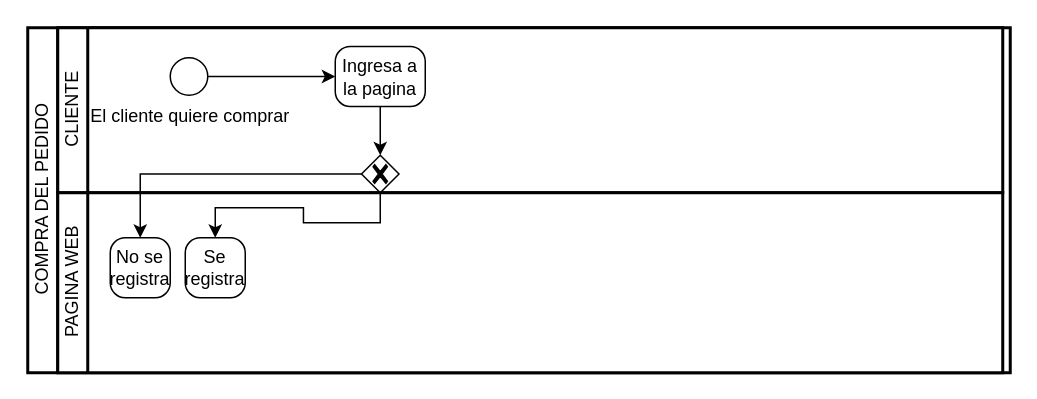
Earlier version of the draw.io diagram Untitled Diagram.drawio (jaime37/DRAWS). Source tidied: cells renumbered, new cells numbered last; positions are measured from the earlier drawing's top-left corner, leaving out a move shared by most shapes. Both pictures are drawn from the tidied source at 150%, with x=0, y=0 at pixel (27, 27).
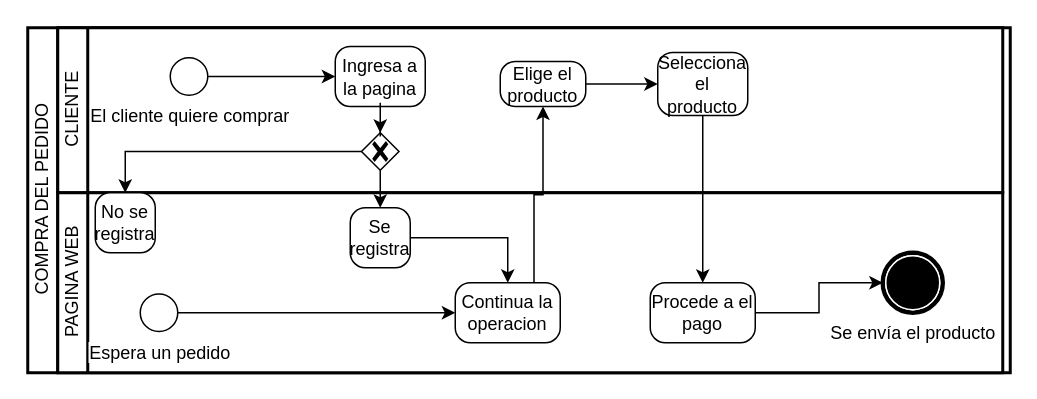
The same page after the edit.

The change refers to these unchanged cells:
```xml
<mxCell id="2" value="COMPRA DEL PEDIDO&lt;br&gt;" style="swimlane;html=1;startSize=20;fontStyle=0;horizontal=0;swimlaneLine=1;swimlaneFillColor=#ffffff;strokeWidth=2;" parent="1" vertex="1">
  <mxGeometry width="655" height="230" as="geometry" />
</mxCell>
<mxCell id="4" value="CLIENTE" style="swimlane;html=1;startSize=20;fontStyle=0;horizontal=0;swimlaneLine=1;swimlaneFillColor=#ffffff;strokeWidth=2;" parent="3" vertex="1">
  <mxGeometry width="630" height="110" as="geometry" />
</mxCell>
<mxCell id="11" value="PAGINA WEB" style="swimlane;html=1;startSize=20;fontStyle=0;horizontal=0;swimlaneLine=1;swimlaneFillColor=#ffffff;strokeWidth=2;" parent="10" vertex="1">
  <mxGeometry width="630" height="120" as="geometry" />
</mxCell>
```

Diff of the diagram source:
```diff
@@
     <mxCell id="8" style="points=[[0.25,0.25,0],[0.5,0,0],[0.75,0.25,0],[1,0.5,0],[0.75,0.75,0],[0.5,1,0],[0.25,0.75,0],[0,0.5,0]];shape=mxgraph.bpmn.gateway2;html=1;verticalLabelPosition=bottom;labelBackgroundColor=#ffffff;verticalAlign=top;align=center;perimeter=rhombusPerimeter;outlineConnect=0;outline=none;symbol=none;gwType=exclusive;" parent="4" vertex="1">
-      <mxGeometry x="202.5" y="85" width="25" height="25" as="geometry" />
+      <mxGeometry x="202.5" y="70" width="25" height="25" as="geometry" />
     </mxCell>
@@
+    <mxCell id="16" value="Elige el producto" style="points=[[0.25,0,0],[0.5,0,0],[0.75,0,0],[1,0.25,0],[1,0.5,0],[1,0.75,0],[0.75,1,0],[0.5,1,0],[0.25,1,0],[0,0.75,0],[0,0.5,0],[0,0.25,0]];shape=mxgraph.bpmn.task;whiteSpace=wrap;rectStyle=rounded;size=10;taskMarker=abstract;" parent="4" vertex="1">
+      <mxGeometry x="295" y="22.5" width="57" height="30" as="geometry" />
+    </mxCell>
+    <mxCell id="17" value="Selecciona el producto" style="points=[[0.25,0,0],[0.5,0,0],[0.75,0,0],[1,0.25,0],[1,0.5,0],[1,0.75,0],[0.75,1,0],[0.5,1,0],[0.25,1,0],[0,0.75,0],[0,0.5,0],[0,0.25,0]];shape=mxgraph.bpmn.task;whiteSpace=wrap;rectStyle=rounded;size=10;taskMarker=abstract;" parent="4" vertex="1">
+      <mxGeometry x="400" y="16.5" width="60" height="42" as="geometry" />
+    </mxCell>
+    <mxCell id="18" style="edgeStyle=orthogonalEdgeStyle;rounded=0;jettySize=auto;html=1;exitX=1;exitY=0.5;exitDx=0;exitDy=0;exitPerimeter=0;" parent="4" edge="1" source="16" target="17">
+      <mxGeometry relative="1" as="geometry" />
+    </mxCell>
@@
     <mxCell id="12" value="No se registra" style="points=[[0.25,0,0],[0.5,0,0],[0.75,0,0],[1,0.25,0],[1,0.5,0],[1,0.75,0],[0.75,1,0],[0.5,1,0],[0.25,1,0],[0,0.75,0],[0,0.5,0],[0,0.25,0]];shape=mxgraph.bpmn.task;whiteSpace=wrap;rectStyle=rounded;size=10;taskMarker=abstract;" parent="11" vertex="1">
-      <mxGeometry x="35" y="30" width="40" height="40" as="geometry" />
+      <mxGeometry x="25" width="40" height="40" as="geometry" />
     </mxCell>
     <mxCell id="13" value="Se registra" style="points=[[0.25,0,0],[0.5,0,0],[0.75,0,0],[1,0.25,0],[1,0.5,0],[1,0.75,0],[0.75,1,0],[0.5,1,0],[0.25,1,0],[0,0.75,0],[0,0.5,0],[0,0.25,0]];shape=mxgraph.bpmn.task;whiteSpace=wrap;rectStyle=rounded;size=10;taskMarker=abstract;" parent="11" vertex="1">
-      <mxGeometry x="85" y="30" width="40" height="40" as="geometry" />
+      <mxGeometry x="195" y="10" width="40" height="40" as="geometry" />
     </mxCell>
+    <mxCell id="19" style="edgeStyle=orthogonalEdgeStyle;rounded=0;jettySize=auto;html=1;exitX=1;exitY=0.5;exitDx=0;exitDy=0;exitPerimeter=0;entryX=0;entryY=0.5;entryDx=0;entryDy=0;entryPerimeter=0;" parent="11" edge="1" source="20" target="21">
+      <mxGeometry relative="1" as="geometry" />
+    </mxCell>
+    <mxCell id="20" value="Espera un pedido" style="points=[[0.145,0.145,0],[0.5,0,0],[0.855,0.145,0],[1,0.5,0],[0.855,0.855,0],[0.5,1,0],[0.145,0.855,0],[0,0.5,0]];shape=mxgraph.bpmn.event;html=1;verticalLabelPosition=bottom;labelBackgroundColor=#ffffff;verticalAlign=top;align=center;perimeter=ellipsePerimeter;outlineConnect=0;outline=standard;symbol=general;" parent="11" vertex="1">
+      <mxGeometry x="55" y="67.5" width="25" height="25" as="geometry" />
+    </mxCell>
+    <mxCell id="21" value="Continua la operacion" style="points=[[0.25,0,0],[0.5,0,0],[0.75,0,0],[1,0.25,0],[1,0.5,0],[1,0.75,0],[0.75,1,0],[0.5,1,0],[0.25,1,0],[0,0.75,0],[0,0.5,0],[0,0.25,0]];shape=mxgraph.bpmn.task;whiteSpace=wrap;rectStyle=rounded;size=10;taskMarker=abstract;" parent="11" vertex="1">
+      <mxGeometry x="265" y="60" width="70" height="40" as="geometry" />
+    </mxCell>
+    <mxCell id="22" style="edgeStyle=orthogonalEdgeStyle;rounded=0;jettySize=auto;html=1;exitX=1;exitY=0.5;exitDx=0;exitDy=0;exitPerimeter=0;" parent="11" edge="1" source="13" target="21">
+      <mxGeometry relative="1" as="geometry" />
+    </mxCell>
+    <mxCell id="23" value="Procede a el pago" style="points=[[0.25,0,0],[0.5,0,0],[0.75,0,0],[1,0.25,0],[1,0.5,0],[1,0.75,0],[0.75,1,0],[0.5,1,0],[0.25,1,0],[0,0.75,0],[0,0.5,0],[0,0.25,0]];shape=mxgraph.bpmn.task;whiteSpace=wrap;rectStyle=rounded;size=10;taskMarker=abstract;" parent="11" vertex="1">
+      <mxGeometry x="395" y="60" width="70" height="40" as="geometry" />
+    </mxCell>
+    <mxCell id="24" value="Se envía el producto" style="points=[[0.145,0.145,0],[0.5,0,0],[0.855,0.145,0],[1,0.5,0],[0.855,0.855,0],[0.5,1,0],[0.145,0.855,0],[0,0.5,0]];shape=mxgraph.bpmn.event;html=1;verticalLabelPosition=bottom;labelBackgroundColor=#ffffff;verticalAlign=top;align=center;perimeter=ellipsePerimeter;outlineConnect=0;outline=end;symbol=terminate;" parent="11" vertex="1">
+      <mxGeometry x="550" y="40" width="40" height="40" as="geometry" />
+    </mxCell>
+    <mxCell id="25" style="edgeStyle=orthogonalEdgeStyle;rounded=0;jettySize=auto;html=1;exitX=1;exitY=0.5;exitDx=0;exitDy=0;exitPerimeter=0;" parent="11" edge="1" source="23" target="24">
+      <mxGeometry relative="1" as="geometry" />
+    </mxCell>
@@
+    <mxCell id="26" style="edgeStyle=orthogonalEdgeStyle;rounded=0;jettySize=auto;html=1;exitX=0.75;exitY=0;exitDx=0;exitDy=0;exitPerimeter=0;" parent="2" edge="1" source="21" target="16">
+      <mxGeometry relative="1" as="geometry" />
+    </mxCell>
+    <mxCell id="27" style="edgeStyle=orthogonalEdgeStyle;rounded=0;jettySize=auto;html=1;exitX=0.5;exitY=1;exitDx=0;exitDy=0;exitPerimeter=0;" parent="2" edge="1" source="17" target="23">
+      <mxGeometry relative="1" as="geometry" />
+    </mxCell>
```
